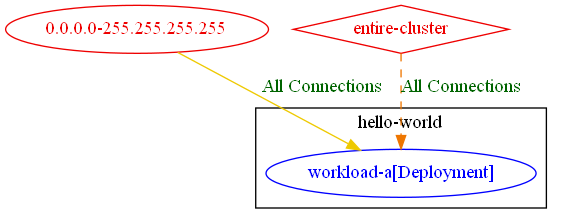
This is test_outputs/connlist/exposure_allow_ingress_deny_egress_test_exposure_output.dot.png from np-guard/netpol-analyzer, a Graphviz export, as it was before one commit. Its source is kept beside it as test_outputs/connlist/exposure_allow_ingress_deny_egress_test_exposure_output.dot. Source of this version:
```dot
digraph {
	subgraph "cluster_hello_world" {
		color="black"
		fontcolor="black"
		"hello-world/workload-a[Deployment]" [label="workload-a[Deployment]" color="blue" fontcolor="blue"]
		label="hello-world"
	}
	"0.0.0.0-255.255.255.255" [label="0.0.0.0-255.255.255.255" color="red2" fontcolor="red2"]
	"entire-cluster" [label="entire-cluster" color="red2" fontcolor="red2" shape=diamond]
	"0.0.0.0-255.255.255.255" -> "hello-world/workload-a[Deployment]" [label="All Connections" color="gold2" fontcolor="darkgreen" weight=0.5]
	"entire-cluster" -> "hello-world/workload-a[Deployment]" [label="All Connections" color="darkorange2" fontcolor="darkgreen" weight=1 style=dashed]
}
```
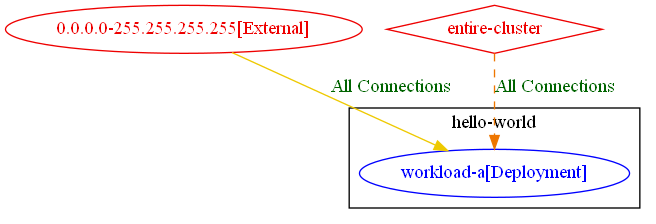
The same file after the commit.

Change to the diagram source:
```diff
@@ -5,8 +5,8 @@
 		"hello-world/workload-a[Deployment]" [label="workload-a[Deployment]" color="blue" fontcolor="blue"]
 		label="hello-world"
 	}
-	"0.0.0.0-255.255.255.255" [label="0.0.0.0-255.255.255.255" color="red2" fontcolor="red2"]
+	"0.0.0.0-255.255.255.255[External]" [label="0.0.0.0-255.255.255.255[External]" color="red2" fontcolor="red2"]
 	"entire-cluster" [label="entire-cluster" color="red2" fontcolor="red2" shape=diamond]
-	"0.0.0.0-255.255.255.255" -> "hello-world/workload-a[Deployment]" [label="All Connections" color="gold2" fontcolor="darkgreen" weight=0.5]
+	"0.0.0.0-255.255.255.255[External]" -> "hello-world/workload-a[Deployment]" [label="All Connections" color="gold2" fontcolor="darkgreen" weight=0.5]
 	"entire-cluster" -> "hello-world/workload-a[Deployment]" [label="All Connections" color="darkorange2" fontcolor="darkgreen" weight=1 style=dashed]
 }
```
